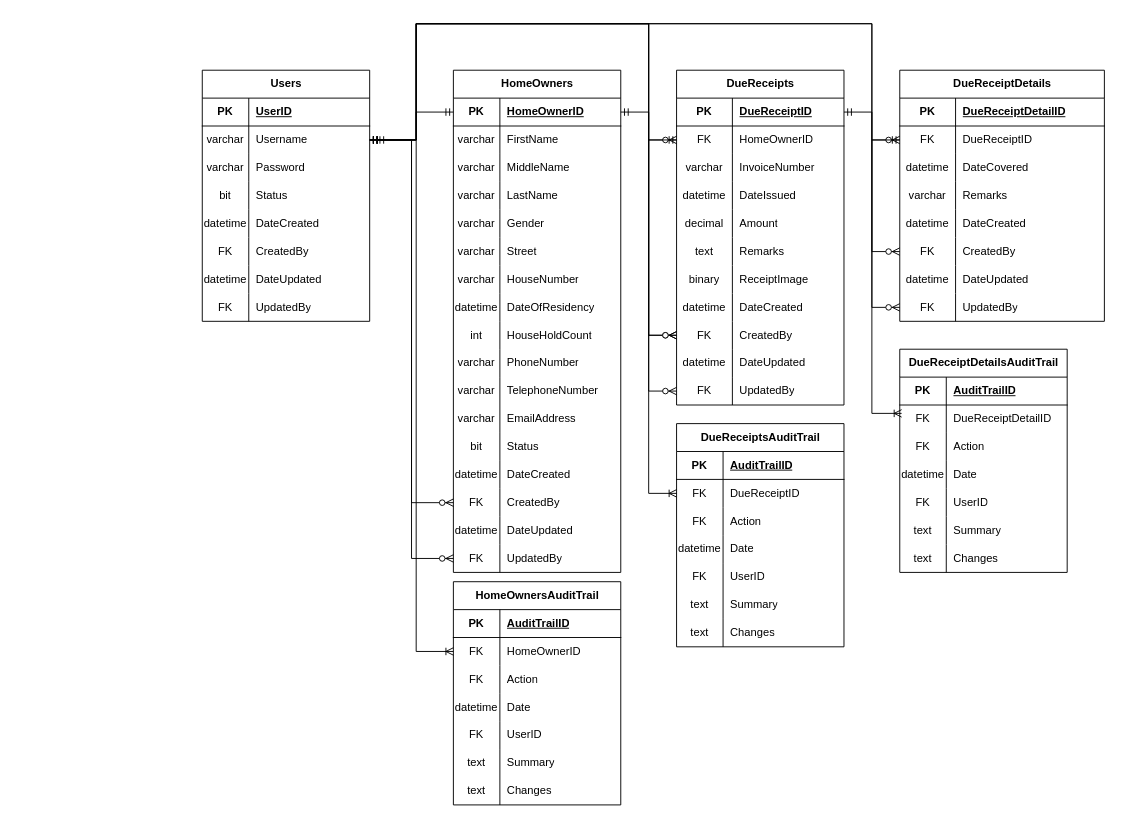
Before: ERD/Favihomas ERD.drawio in tatercodes/Favihomas, a draw.io diagram. Source tidied: cells renumbered, new cells numbered last; positions are measured from the earlier drawing's top-left corner, leaving out a move shared by most shapes. Both pictures are drawn from the tidied source at 93%, with x=0, y=0 at pixel (202, 23).
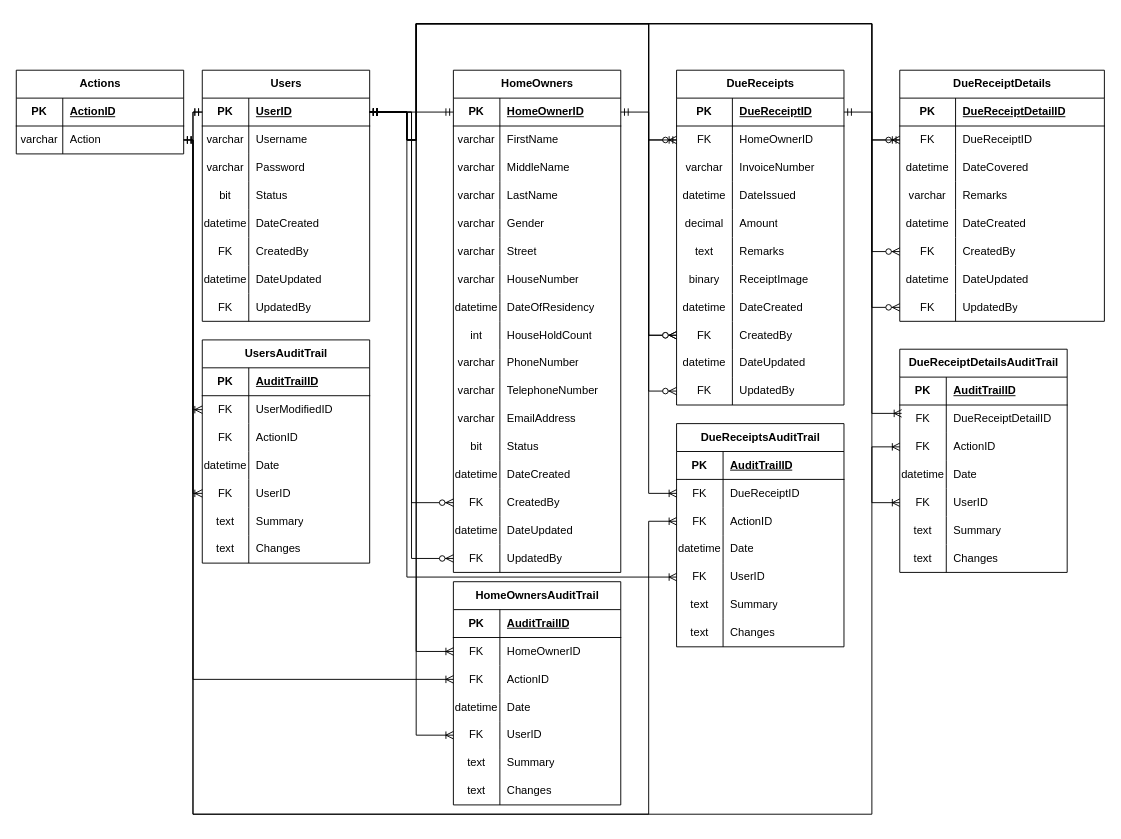
After the change.

The change refers to these unchanged cells:
```xml
<mxCell id="45" style="shape=tableRow;horizontal=0;startSize=0;swimlaneHead=0;swimlaneBody=0;fillColor=none;points=[[0,0.5],[1,0.5]];portConstraint=eastwest;top=0;left=0;right=0;bottom=0;" parent="2" vertex="1">
  <mxGeometry y="450" width="180" height="30" as="geometry" />
</mxCell>
<mxCell id="51" style="shape=tableRow;horizontal=0;startSize=0;swimlaneHead=0;swimlaneBody=0;fillColor=none;points=[[0,0.5],[1,0.5]];portConstraint=eastwest;top=0;left=0;right=0;bottom=0;" parent="2" vertex="1">
  <mxGeometry y="510" width="180" height="30" as="geometry" />
</mxCell>
<mxCell id="79" style="shape=tableRow;horizontal=0;startSize=0;swimlaneHead=0;swimlaneBody=0;fillColor=none;points=[[0,0.5],[1,0.5]];portConstraint=eastwest;top=0;left=0;right=0;bottom=0;" parent="54" vertex="1">
  <mxGeometry y="270" width="180" height="30" as="geometry" />
</mxCell>
<mxCell id="85" style="shape=tableRow;horizontal=0;startSize=0;swimlaneHead=0;swimlaneBody=0;fillColor=none;points=[[0,0.5],[1,0.5]];portConstraint=eastwest;top=0;left=0;right=0;bottom=0;" parent="54" vertex="1">
  <mxGeometry y="330" width="180" height="30" as="geometry" />
</mxCell>
<mxCell id="104" style="shape=tableRow;horizontal=0;startSize=0;swimlaneHead=0;swimlaneBody=0;fillColor=none;points=[[0,0.5],[1,0.5]];portConstraint=eastwest;top=0;left=0;right=0;bottom=0;" parent="88" vertex="1">
  <mxGeometry y="180" width="220" height="30" as="geometry" />
</mxCell>
<mxCell id="110" style="shape=tableRow;horizontal=0;startSize=0;swimlaneHead=0;swimlaneBody=0;fillColor=none;points=[[0,0.5],[1,0.5]];portConstraint=eastwest;top=0;left=0;right=0;bottom=0;" parent="88" vertex="1">
  <mxGeometry y="240" width="220" height="30" as="geometry" />
</mxCell>
<mxCell id="116" style="shape=tableRow;horizontal=0;startSize=0;swimlaneHead=0;swimlaneBody=0;fillColor=none;points=[[0,0.5],[1,0.5]];portConstraint=eastwest;top=0;left=0;right=0;bottom=1;" parent="115" vertex="1">
  <mxGeometry y="30" width="180" height="30" as="geometry" />
</mxCell>
<mxCell id="119" style="shape=tableRow;horizontal=0;startSize=0;swimlaneHead=0;swimlaneBody=0;fillColor=none;points=[[0,0.5],[1,0.5]];portConstraint=eastwest;top=0;left=0;right=0;bottom=0;" parent="115" vertex="1">
  <mxGeometry y="60" width="180" height="30" as="geometry" />
</mxCell>
<mxCell id="154" style="shape=tableRow;horizontal=0;startSize=0;swimlaneHead=0;swimlaneBody=0;fillColor=none;points=[[0,0.5],[1,0.5]];portConstraint=eastwest;top=0;left=0;right=0;bottom=0;" parent="147" vertex="1">
  <mxGeometry y="90" width="180" height="30" as="geometry" />
</mxCell>
<mxCell id="160" style="shape=tableRow;horizontal=0;startSize=0;swimlaneHead=0;swimlaneBody=0;fillColor=none;points=[[0,0.5],[1,0.5]];portConstraint=eastwest;top=0;left=0;right=0;bottom=0;" parent="147" vertex="1">
  <mxGeometry y="150" width="180" height="30" as="geometry" />
</mxCell>
<mxCell id="176" style="shape=tableRow;horizontal=0;startSize=0;swimlaneHead=0;swimlaneBody=0;fillColor=none;points=[[0,0.5],[1,0.5]];portConstraint=eastwest;top=0;left=0;right=0;bottom=0;" parent="169" vertex="1">
  <mxGeometry y="90" width="180" height="30" as="geometry" />
</mxCell>
<mxCell id="182" style="shape=tableRow;horizontal=0;startSize=0;swimlaneHead=0;swimlaneBody=0;fillColor=none;points=[[0,0.5],[1,0.5]];portConstraint=eastwest;top=0;left=0;right=0;bottom=0;" parent="169" vertex="1">
  <mxGeometry y="150" width="180" height="30" as="geometry" />
</mxCell>
<mxCell id="200" style="shape=tableRow;horizontal=0;startSize=0;swimlaneHead=0;swimlaneBody=0;fillColor=none;points=[[0,0.5],[1,0.5]];portConstraint=eastwest;top=0;left=0;right=0;bottom=0;" parent="193" vertex="1">
  <mxGeometry y="90" width="180" height="30" as="geometry" />
</mxCell>
<mxCell id="206" style="shape=tableRow;horizontal=0;startSize=0;swimlaneHead=0;swimlaneBody=0;fillColor=none;points=[[0,0.5],[1,0.5]];portConstraint=eastwest;top=0;left=0;right=0;bottom=0;" parent="193" vertex="1">
  <mxGeometry y="150" width="180" height="30" as="geometry" />
</mxCell>
```

Diff of the diagram source:
```diff
@@
-    <mxCell id="140" style="edgeStyle=orthogonalEdgeStyle;fontSize=12;html=1;endArrow=ERzeroToMany;startArrow=ERmandOne;rounded=0;exitX=1;exitY=0.5;exitDx=0;exitDy=0;entryX=0;entryY=0.5;entryDx=0;entryDy=0;" parent="1" edge="1" source="119" target="45">
+    <mxCell id="140" style="edgeStyle=orthogonalEdgeStyle;fontSize=12;html=1;endArrow=ERzeroToMany;startArrow=ERmandOne;rounded=0;exitX=1;exitY=0.5;exitDx=0;exitDy=0;entryX=0;entryY=0.5;entryDx=0;entryDy=0;" parent="1" edge="1" source="116" target="45">
       <mxGeometry relative="1" as="geometry" />
     </mxCell>
-    <mxCell id="141" style="edgeStyle=orthogonalEdgeStyle;fontSize=12;html=1;endArrow=ERzeroToMany;startArrow=ERmandOne;rounded=0;exitX=1;exitY=0.5;exitDx=0;exitDy=0;entryX=0;entryY=0.5;entryDx=0;entryDy=0;" parent="1" edge="1" source="119" target="51">
+    <mxCell id="141" style="edgeStyle=orthogonalEdgeStyle;fontSize=12;html=1;endArrow=ERzeroToMany;startArrow=ERmandOne;rounded=0;exitX=1;exitY=0.5;exitDx=0;exitDy=0;entryX=0;entryY=0.5;entryDx=0;entryDy=0;" parent="1" edge="1" source="116" target="51">
       <mxGeometry relative="1" as="geometry" />
     </mxCell>
-    <mxCell id="142" style="edgeStyle=orthogonalEdgeStyle;fontSize=12;html=1;endArrow=ERzeroToMany;startArrow=ERmandOne;rounded=0;exitX=1;exitY=0.5;exitDx=0;exitDy=0;entryX=0;entryY=0.5;entryDx=0;entryDy=0;" parent="1" edge="1" source="119" target="79">
+    <mxCell id="142" style="edgeStyle=orthogonalEdgeStyle;fontSize=12;html=1;endArrow=ERzeroToMany;startArrow=ERmandOne;rounded=0;exitX=1;exitY=0.5;exitDx=0;exitDy=0;entryX=0;entryY=0.5;entryDx=0;entryDy=0;" parent="1" edge="1" source="116" target="79">
       <mxGeometry relative="1" as="geometry">
         <Array as="points">
+          <mxPoint x="220" y="95" />
+          <mxPoint x="220" y="125" />
           <mxPoint x="230" y="125" />
           <mxPoint x="230" />
           <mxPoint x="480" />
           <mxPoint x="480" y="335" />
         </Array>
       </mxGeometry>
     </mxCell>
-    <mxCell id="143" style="edgeStyle=orthogonalEdgeStyle;fontSize=12;html=1;endArrow=ERzeroToMany;startArrow=ERmandOne;rounded=0;exitX=1;exitY=0.5;exitDx=0;exitDy=0;entryX=0;entryY=0.5;entryDx=0;entryDy=0;" parent="1" edge="1" source="119" target="79">
+    <mxCell id="143" style="edgeStyle=orthogonalEdgeStyle;fontSize=12;html=1;endArrow=ERzeroToMany;startArrow=ERmandOne;rounded=0;exitX=1;exitY=0.5;exitDx=0;exitDy=0;entryX=0;entryY=0.5;entryDx=0;entryDy=0;" parent="1" edge="1" source="116" target="79">
       <mxGeometry relative="1" as="geometry">
         <Array as="points">
+          <mxPoint x="220" y="95" />
+          <mxPoint x="220" y="125" />
           <mxPoint x="230" y="125" />
           <mxPoint x="230" />
           <mxPoint x="480" />
           <mxPoint x="480" y="335" />
         </Array>
       </mxGeometry>
     </mxCell>
-    <mxCell id="144" style="edgeStyle=orthogonalEdgeStyle;fontSize=12;html=1;endArrow=ERzeroToMany;startArrow=ERmandOne;rounded=0;exitX=1;exitY=0.5;exitDx=0;exitDy=0;entryX=0;entryY=0.5;entryDx=0;entryDy=0;" parent="1" edge="1" source="119" target="85">
+    <mxCell id="144" style="edgeStyle=orthogonalEdgeStyle;fontSize=12;html=1;endArrow=ERzeroToMany;startArrow=ERmandOne;rounded=0;exitX=1;exitY=0.5;exitDx=0;exitDy=0;entryX=0;entryY=0.5;entryDx=0;entryDy=0;" parent="1" edge="1" source="116" target="85">
       <mxGeometry relative="1" as="geometry">
         <Array as="points">
+          <mxPoint x="220" y="95" />
+          <mxPoint x="220" y="125" />
           <mxPoint x="230" y="125" />
           <mxPoint x="230" />
           <mxPoint x="480" />
           <mxPoint x="480" y="395" />
         </Array>
       </mxGeometry>
     </mxCell>
-    <mxCell id="145" style="edgeStyle=orthogonalEdgeStyle;fontSize=12;html=1;endArrow=ERzeroToMany;startArrow=ERmandOne;rounded=0;entryX=0;entryY=0.5;entryDx=0;entryDy=0;" parent="1" edge="1" source="119" target="104">
+    <mxCell id="145" style="edgeStyle=orthogonalEdgeStyle;fontSize=12;html=1;endArrow=ERzeroToMany;startArrow=ERmandOne;rounded=0;entryX=0;entryY=0.5;entryDx=0;entryDy=0;exitX=1;exitY=0.5;exitDx=0;exitDy=0;" parent="1" edge="1" source="116" target="104">
       <mxGeometry relative="1" as="geometry">
         <Array as="points">
+          <mxPoint x="220" y="95" />
+          <mxPoint x="220" y="125" />
           <mxPoint x="230" y="125" />
           <mxPoint x="230" />
           <mxPoint x="720" />
           <mxPoint x="720" y="245" />
         </Array>
       </mxGeometry>
     </mxCell>
-    <mxCell id="146" style="edgeStyle=orthogonalEdgeStyle;fontSize=12;html=1;endArrow=ERzeroToMany;startArrow=ERmandOne;rounded=0;entryX=0;entryY=0.5;entryDx=0;entryDy=0;exitX=1.039;exitY=0.5;exitDx=0;exitDy=0;exitPerimeter=0;" parent="1" edge="1" source="119" target="110">
+    <mxCell id="146" style="edgeStyle=orthogonalEdgeStyle;fontSize=12;html=1;endArrow=ERzeroToMany;startArrow=ERmandOne;rounded=0;entryX=0;entryY=0.5;entryDx=0;entryDy=0;exitX=1;exitY=0.5;exitDx=0;exitDy=0;" parent="1" edge="1" source="116" target="110">
       <mxGeometry relative="1" as="geometry">
         <Array as="points">
+          <mxPoint x="220" y="95" />
+          <mxPoint x="220" y="125" />
           <mxPoint x="230" y="125" />
           <mxPoint x="230" />
           <mxPoint x="720" />
           <mxPoint x="720" y="305" />
         </Array>
       </mxGeometry>
     </mxCell>
@@
-    <mxCell id="156" value="Action" style="shape=partialRectangle;fillColor=none;top=0;left=0;bottom=0;right=0;align=left;spacingLeft=6;overflow=hidden;whiteSpace=wrap;html=1;" parent="154" vertex="1">
+    <mxCell id="156" value="ActionID" style="shape=partialRectangle;fillColor=none;top=0;left=0;bottom=0;right=0;align=left;spacingLeft=6;overflow=hidden;whiteSpace=wrap;html=1;" parent="154" vertex="1">
       <mxGeometry x="50" width="130" height="30" as="geometry" />
     </mxCell>
@@
-    <mxCell id="178" value="Action" style="shape=partialRectangle;fillColor=none;top=0;left=0;bottom=0;right=0;align=left;spacingLeft=6;overflow=hidden;whiteSpace=wrap;html=1;" parent="176" vertex="1">
+    <mxCell id="178" value="ActionID" style="shape=partialRectangle;fillColor=none;top=0;left=0;bottom=0;right=0;align=left;spacingLeft=6;overflow=hidden;whiteSpace=wrap;html=1;" parent="176" vertex="1">
       <mxGeometry x="50" width="130" height="30" as="geometry" />
     </mxCell>
@@
-    <mxCell id="202" value="Action" style="shape=partialRectangle;fillColor=none;top=0;left=0;bottom=0;right=0;align=left;spacingLeft=6;overflow=hidden;whiteSpace=wrap;html=1;" parent="200" vertex="1">
+    <mxCell id="202" value="ActionID" style="shape=partialRectangle;fillColor=none;top=0;left=0;bottom=0;right=0;align=left;spacingLeft=6;overflow=hidden;whiteSpace=wrap;html=1;" parent="200" vertex="1">
       <mxGeometry x="50" width="130" height="30" as="geometry" />
     </mxCell>
@@
+    <mxCell id="216" value="Actions" style="shape=table;startSize=30;childLayout=tableLayout;rowLines=0;fontStyle=1;align=center;html=1;" parent="1" vertex="1">
+      <mxGeometry x="-200" y="50" width="180" height="90" as="geometry" />
+    </mxCell>
+    <mxCell id="217" style="shape=tableRow;horizontal=0;startSize=0;swimlaneHead=0;swimlaneBody=0;fillColor=none;top=0;left=0;right=0;bottom=1;" parent="216" vertex="1">
+      <mxGeometry y="30" width="180" height="30" as="geometry" />
+    </mxCell>
+    <mxCell id="218" value="PK" style="shape=partialRectangle;fillColor=none;top=0;left=0;bottom=0;right=0;fontStyle=1;overflow=hidden;whiteSpace=wrap;html=1;" parent="217" vertex="1">
+      <mxGeometry width="50" height="30" as="geometry" />
+    </mxCell>
+    <mxCell id="219" value="ActionID" style="shape=partialRectangle;fillColor=none;top=0;left=0;bottom=0;right=0;align=left;spacingLeft=6;fontStyle=5;overflow=hidden;whiteSpace=wrap;html=1;" parent="217" vertex="1">
+      <mxGeometry x="50" width="130" height="30" as="geometry" />
+    </mxCell>
+    <mxCell id="220" style="shape=tableRow;horizontal=0;startSize=0;swimlaneHead=0;swimlaneBody=0;fillColor=none;points=[[0,0.5],[1,0.5]];portConstraint=eastwest;top=0;left=0;right=0;bottom=0;" parent="216" vertex="1">
+      <mxGeometry y="60" width="180" height="30" as="geometry" />
+    </mxCell>
+    <mxCell id="221" value="varchar" style="shape=partialRectangle;fillColor=none;top=0;left=0;bottom=0;right=0;overflow=hidden;whiteSpace=wrap;html=1;" parent="220" vertex="1">
+      <mxGeometry width="50" height="30" as="geometry" />
+    </mxCell>
+    <mxCell id="222" value="Action" style="shape=partialRectangle;fillColor=none;top=0;left=0;bottom=0;right=0;align=left;spacingLeft=6;overflow=hidden;whiteSpace=wrap;html=1;" parent="220" vertex="1">
+      <mxGeometry x="50" width="130" height="30" as="geometry" />
+    </mxCell>
+    <mxCell id="223" style="edgeStyle=orthogonalEdgeStyle;fontSize=12;html=1;endArrow=ERoneToMany;startArrow=ERmandOne;rounded=0;entryX=0;entryY=0.5;entryDx=0;entryDy=0;exitX=1;exitY=0.5;exitDx=0;exitDy=0;" parent="1" edge="1" source="220" target="154">
+      <mxGeometry relative="1" as="geometry">
+        <Array as="points">
+          <mxPoint x="-10" y="125" />
+          <mxPoint x="-10" y="705" />
+        </Array>
+      </mxGeometry>
+    </mxCell>
+    <mxCell id="224" style="edgeStyle=orthogonalEdgeStyle;fontSize=12;html=1;endArrow=ERoneToMany;startArrow=ERmandOne;rounded=0;entryX=0;entryY=0.5;entryDx=0;entryDy=0;exitX=1;exitY=0.5;exitDx=0;exitDy=0;" parent="1" edge="1" source="220" target="176">
+      <mxGeometry relative="1" as="geometry">
+        <Array as="points">
+          <mxPoint x="-10" y="125" />
+          <mxPoint x="-10" y="850" />
+          <mxPoint x="480" y="850" />
+          <mxPoint x="480" y="535" />
+        </Array>
+      </mxGeometry>
+    </mxCell>
+    <mxCell id="225" style="edgeStyle=orthogonalEdgeStyle;fontSize=12;html=1;endArrow=ERoneToMany;startArrow=ERmandOne;rounded=0;entryX=0;entryY=0.5;entryDx=0;entryDy=0;exitX=1;exitY=0.5;exitDx=0;exitDy=0;" parent="1" edge="1" source="220" target="200">
+      <mxGeometry relative="1" as="geometry">
+        <Array as="points">
+          <mxPoint x="-10" y="125" />
+          <mxPoint x="-10" y="850" />
+          <mxPoint x="720" y="850" />
+          <mxPoint x="720" y="455" />
+        </Array>
+      </mxGeometry>
+    </mxCell>
+    <mxCell id="226" value="UsersAuditTrail" style="shape=table;startSize=30;childLayout=tableLayout;rowLines=0;fontStyle=1;align=center;html=1;" parent="1" vertex="1">
+      <mxGeometry y="340" width="180" height="240" as="geometry" />
+    </mxCell>
+    <mxCell id="227" style="shape=tableRow;horizontal=0;startSize=0;swimlaneHead=0;swimlaneBody=0;fillColor=none;top=0;left=0;right=0;bottom=1;" parent="226" vertex="1">
+      <mxGeometry y="30" width="180" height="30" as="geometry" />
+    </mxCell>
+    <mxCell id="228" value="PK" style="shape=partialRectangle;fillColor=none;top=0;left=0;bottom=0;right=0;fontStyle=1;overflow=hidden;whiteSpace=wrap;html=1;" parent="227" vertex="1">
+      <mxGeometry width="50" height="30" as="geometry" />
+    </mxCell>
+    <mxCell id="229" value="AuditTrailID" style="shape=partialRectangle;fillColor=none;top=0;left=0;bottom=0;right=0;align=left;spacingLeft=6;fontStyle=5;overflow=hidden;whiteSpace=wrap;html=1;" parent="227" vertex="1">
+      <mxGeometry x="50" width="130" height="30" as="geometry" />
+    </mxCell>
+    <mxCell id="230" style="shape=tableRow;horizontal=0;startSize=0;swimlaneHead=0;swimlaneBody=0;fillColor=none;points=[[0,0.5],[1,0.5]];portConstraint=eastwest;top=0;left=0;right=0;bottom=0;" parent="226" vertex="1">
+      <mxGeometry y="60" width="180" height="30" as="geometry" />
+    </mxCell>
+    <mxCell id="231" value="FK" style="shape=partialRectangle;fillColor=none;top=0;left=0;bottom=0;right=0;overflow=hidden;whiteSpace=wrap;html=1;" parent="230" vertex="1">
+      <mxGeometry width="50" height="30" as="geometry" />
+    </mxCell>
+    <mxCell id="232" value="UserModifiedID" style="shape=partialRectangle;fillColor=none;top=0;left=0;bottom=0;right=0;align=left;spacingLeft=6;overflow=hidden;whiteSpace=wrap;html=1;" parent="230" vertex="1">
+      <mxGeometry x="50" width="130" height="30" as="geometry" />
+    </mxCell>
+    <mxCell id="233" style="shape=tableRow;horizontal=0;startSize=0;swimlaneHead=0;swimlaneBody=0;fillColor=none;top=0;left=0;right=0;bottom=0;" parent="226" vertex="1">
+      <mxGeometry y="90" width="180" height="30" as="geometry" />
+    </mxCell>
+    <mxCell id="234" value="FK" style="shape=partialRectangle;fillColor=none;top=0;left=0;bottom=0;right=0;overflow=hidden;whiteSpace=wrap;html=1;" parent="233" vertex="1">
+      <mxGeometry width="50" height="30" as="geometry" />
+    </mxCell>
+    <mxCell id="235" value="ActionID" style="shape=partialRectangle;fillColor=none;top=0;left=0;bottom=0;right=0;align=left;spacingLeft=6;overflow=hidden;whiteSpace=wrap;html=1;" parent="233" vertex="1">
+      <mxGeometry x="50" width="130" height="30" as="geometry" />
+    </mxCell>
+    <mxCell id="236" style="shape=tableRow;horizontal=0;startSize=0;swimlaneHead=0;swimlaneBody=0;fillColor=none;top=0;left=0;right=0;bottom=0;" parent="226" vertex="1">
+      <mxGeometry y="120" width="180" height="30" as="geometry" />
+    </mxCell>
+    <mxCell id="237" value="datetime" style="shape=partialRectangle;fillColor=none;top=0;left=0;bottom=0;right=0;overflow=hidden;whiteSpace=wrap;html=1;" parent="236" vertex="1">
+      <mxGeometry width="50" height="30" as="geometry" />
+    </mxCell>
+    <mxCell id="238" value="Date" style="shape=partialRectangle;fillColor=none;top=0;left=0;bottom=0;right=0;align=left;spacingLeft=6;overflow=hidden;whiteSpace=wrap;html=1;" parent="236" vertex="1">
+      <mxGeometry x="50" width="130" height="30" as="geometry" />
+    </mxCell>
+    <mxCell id="239" style="shape=tableRow;horizontal=0;startSize=0;swimlaneHead=0;swimlaneBody=0;fillColor=none;points=[[0,0.5],[1,0.5]];portConstraint=eastwest;top=0;left=0;right=0;bottom=0;" parent="226" vertex="1">
+      <mxGeometry y="150" width="180" height="30" as="geometry" />
+    </mxCell>
+    <mxCell id="240" value="FK" style="shape=partialRectangle;fillColor=none;top=0;left=0;bottom=0;right=0;overflow=hidden;whiteSpace=wrap;html=1;" parent="239" vertex="1">
+      <mxGeometry width="50" height="30" as="geometry" />
+    </mxCell>
+    <mxCell id="241" value="UserID" style="shape=partialRectangle;fillColor=none;top=0;left=0;bottom=0;right=0;align=left;spacingLeft=6;overflow=hidden;whiteSpace=wrap;html=1;" parent="239" vertex="1">
+      <mxGeometry x="50" width="130" height="30" as="geometry" />
+    </mxCell>
+    <mxCell id="242" style="shape=tableRow;horizontal=0;startSize=0;swimlaneHead=0;swimlaneBody=0;fillColor=none;top=0;left=0;right=0;bottom=0;" parent="226" vertex="1">
+      <mxGeometry y="180" width="180" height="30" as="geometry" />
+    </mxCell>
+    <mxCell id="243" value="text" style="shape=partialRectangle;fillColor=none;top=0;left=0;bottom=0;right=0;overflow=hidden;whiteSpace=wrap;html=1;" parent="242" vertex="1">
+      <mxGeometry width="50" height="30" as="geometry" />
+    </mxCell>
+    <mxCell id="244" value="Summary" style="shape=partialRectangle;fillColor=none;top=0;left=0;bottom=0;right=0;align=left;spacingLeft=6;overflow=hidden;whiteSpace=wrap;html=1;" parent="242" vertex="1">
+      <mxGeometry x="50" width="130" height="30" as="geometry" />
+    </mxCell>
+    <mxCell id="245" style="shape=tableRow;horizontal=0;startSize=0;swimlaneHead=0;swimlaneBody=0;fillColor=none;top=0;left=0;right=0;bottom=0;" parent="226" vertex="1">
+      <mxGeometry y="210" width="180" height="30" as="geometry" />
+    </mxCell>
+    <mxCell id="246" value="text" style="shape=partialRectangle;fillColor=none;top=0;left=0;bottom=0;right=0;overflow=hidden;whiteSpace=wrap;html=1;" parent="245" vertex="1">
+      <mxGeometry width="50" height="30" as="geometry" />
+    </mxCell>
+    <mxCell id="247" value="Changes" style="shape=partialRectangle;fillColor=none;top=0;left=0;bottom=0;right=0;align=left;spacingLeft=6;overflow=hidden;whiteSpace=wrap;html=1;" parent="245" vertex="1">
+      <mxGeometry x="50" width="130" height="30" as="geometry" />
+    </mxCell>
+    <mxCell id="248" style="edgeStyle=orthogonalEdgeStyle;fontSize=12;html=1;endArrow=ERoneToMany;startArrow=ERmandOne;rounded=0;exitX=0;exitY=0.5;exitDx=0;exitDy=0;entryX=0;entryY=0.5;entryDx=0;entryDy=0;" parent="1" edge="1" source="116" target="230">
+      <mxGeometry relative="1" as="geometry" />
+    </mxCell>
+    <mxCell id="249" style="edgeStyle=orthogonalEdgeStyle;fontSize=12;html=1;endArrow=ERoneToMany;startArrow=ERmandOne;rounded=0;exitX=0;exitY=0.5;exitDx=0;exitDy=0;entryX=0;entryY=0.5;entryDx=0;entryDy=0;" parent="1" edge="1" source="116" target="239">
+      <mxGeometry relative="1" as="geometry" />
+    </mxCell>
+    <mxCell id="250" style="edgeStyle=orthogonalEdgeStyle;fontSize=12;html=1;endArrow=ERoneToMany;startArrow=ERmandOne;rounded=0;entryX=0;entryY=0.5;entryDx=0;entryDy=0;exitX=1;exitY=0.5;exitDx=0;exitDy=0;" parent="1" edge="1" source="116" target="160">
+      <mxGeometry relative="1" as="geometry">
+        <Array as="points">
+          <mxPoint x="220" y="95" />
+          <mxPoint x="220" y="125" />
+          <mxPoint x="230" y="125" />
+          <mxPoint x="230" y="765" />
+        </Array>
+      </mxGeometry>
+    </mxCell>
+    <mxCell id="251" style="edgeStyle=orthogonalEdgeStyle;fontSize=12;html=1;endArrow=ERoneToMany;startArrow=ERmandOne;rounded=0;entryX=0;entryY=0.5;entryDx=0;entryDy=0;exitX=1;exitY=0.5;exitDx=0;exitDy=0;" parent="1" edge="1" source="116" target="182">
+      <mxGeometry relative="1" as="geometry">
+        <Array as="points">
+          <mxPoint x="220" y="95" />
+          <mxPoint x="220" y="595" />
+        </Array>
+      </mxGeometry>
+    </mxCell>
+    <mxCell id="252" style="edgeStyle=orthogonalEdgeStyle;fontSize=12;html=1;endArrow=ERoneToMany;startArrow=ERmandOne;rounded=0;entryX=0;entryY=0.5;entryDx=0;entryDy=0;exitX=1;exitY=0.5;exitDx=0;exitDy=0;" parent="1" edge="1" source="116" target="206">
+      <mxGeometry relative="1" as="geometry">
+        <Array as="points">
+          <mxPoint x="230" y="95" />
+          <mxPoint x="230" />
+          <mxPoint x="720" />
+          <mxPoint x="720" y="515" />
+        </Array>
+      </mxGeometry>
+    </mxCell>
```
